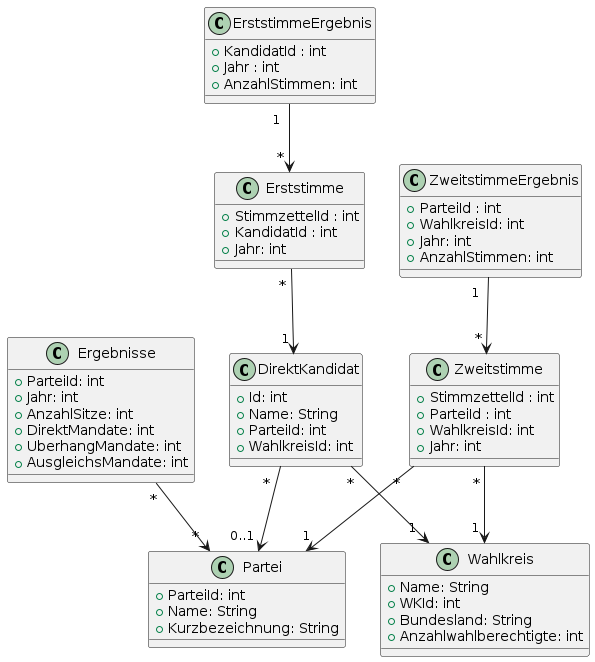
The PlantUML diagram resources/wahlen.png in RayenManai/BundestagswahlInformationssystem, before a commit. The source it was exported from:
```plantuml
@startuml

class Ergebnisse {
  + ParteiId: int
  + Jahr: int
  + AnzahlSitze: int
  + DirektMandate: int
  + UberhangMandate: int
  + AusgleichsMandate: int
}

class ErststimmeErgebnis {
   + KandidatId : int
   + Jahr : int
   + AnzahlStimmen: int
}

class ZweitstimmeErgebnis {
   + ParteiId : int
   + WahlkreisId: int
   + Jahr: int
   + AnzahlStimmen: int
}

class Erststimme {
   + StimmzettelId : int
   + KandidatId : int
   + Jahr: int
}

class Zweitstimme {
   + StimmzettelId : int
   + ParteiId : int
   + WahlkreisId: int
   + Jahr: int
}

class Wahlkreis {
  + Name: String
  + WKId: int
  + Bundesland: String
  + Anzahlwahlberechtigte: int
}

class DirektKandidat {
  + Id: int
  + Name: String
  + ParteiId: int
  + WahlkreisId: int
}

class Partei {
  + ParteiId: int
  + Name: String
  + Kurzbezeichnung: String
}

DirektKandidat " *  " --> " 0..1 " Partei

DirektKandidat " * " --> " 1 " Wahlkreis

Zweitstimme "  * " --> " 1 " Partei

Zweitstimme " * " --> " 1 " Wahlkreis

Erststimme " * " --> " 1 " DirektKandidat

Ergebnisse  " * "  --> " * "  Partei

ZweitstimmeErgebnis " 1  " --> " * "  Zweitstimme

ErststimmeErgebnis " 1  " --> " * "  Erststimme


@enduml
```
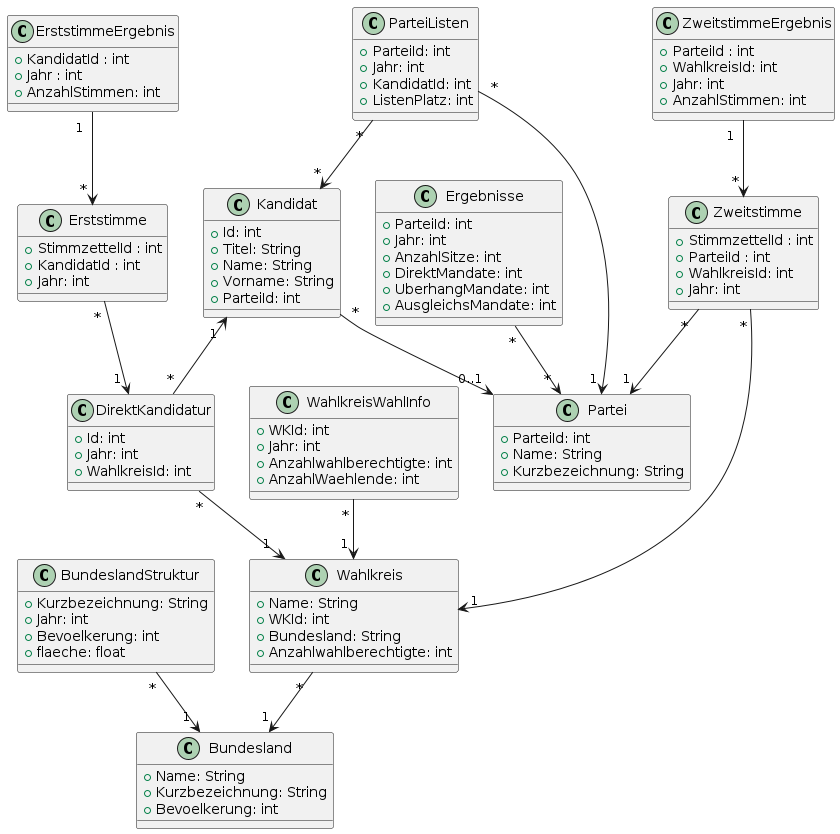
The same file after the commit.

Commit message:
update data schema

The edit, as a diff of the source:
```diff
@@ -42,10 +42,37 @@
   + Anzahlwahlberechtigte: int
 }
 
-class DirektKandidat {
+class WahlkreisWahlInfo {
+  + WKId: int
+  + Jahr: int
+  + Anzahlwahlberechtigte: int
+  + AnzahlWaehlende: int
+}
+
+class Bundesland {
+  + Name: String
+  + Kurzbezeichnung: String
+  + Bevoelkerung: int
+}
+
+class BundeslandStruktur {
+  + Kurzbezeichnung: String
+  + Jahr: int
+  + Bevoelkerung: int
+  + flaeche: float
+}
+
+class Kandidat {
   + Id: int
+  + Titel: String
   + Name: String
+  + Vorname: String
   + ParteiId: int
+}
+
+class DirektKandidatur {
+  + Id: int
+  + Jahr: int
   + WahlkreisId: int
 }
 
@@ -55,15 +82,37 @@
   + Kurzbezeichnung: String
 }
 
-DirektKandidat " *  " --> " 0..1 " Partei
+class ParteiListen {
+  + ParteiId: int
+  + Jahr: int
+  + KandidatId: int
+  + ListenPlatz: int
+}
 
-DirektKandidat " * " --> " 1 " Wahlkreis
+
+
+Wahlkreis " * " --> " 1 " Bundesland
+
+WahlkreisWahlInfo " * " --> " 1 " Wahlkreis
+
+BundeslandStruktur " * " --> " 1 " Bundesland
+
+
+ParteiListen " * " --> " 1 " Partei
+
+ParteiListen " * " -->  " * " Kandidat
+
+Kandidat " *  " --> " 0..1 " Partei
+
+Kandidat " 1 " <-- " * " DirektKandidatur
+
+DirektKandidatur " * " --> " 1 " Wahlkreis
 
 Zweitstimme "  * " --> " 1 " Partei
 
 Zweitstimme " * " --> " 1 " Wahlkreis
 
-Erststimme " * " --> " 1 " DirektKandidat
+Erststimme " * " --> " 1 " DirektKandidatur
 
 Ergebnisse  " * "  --> " * "  Partei
 
```
